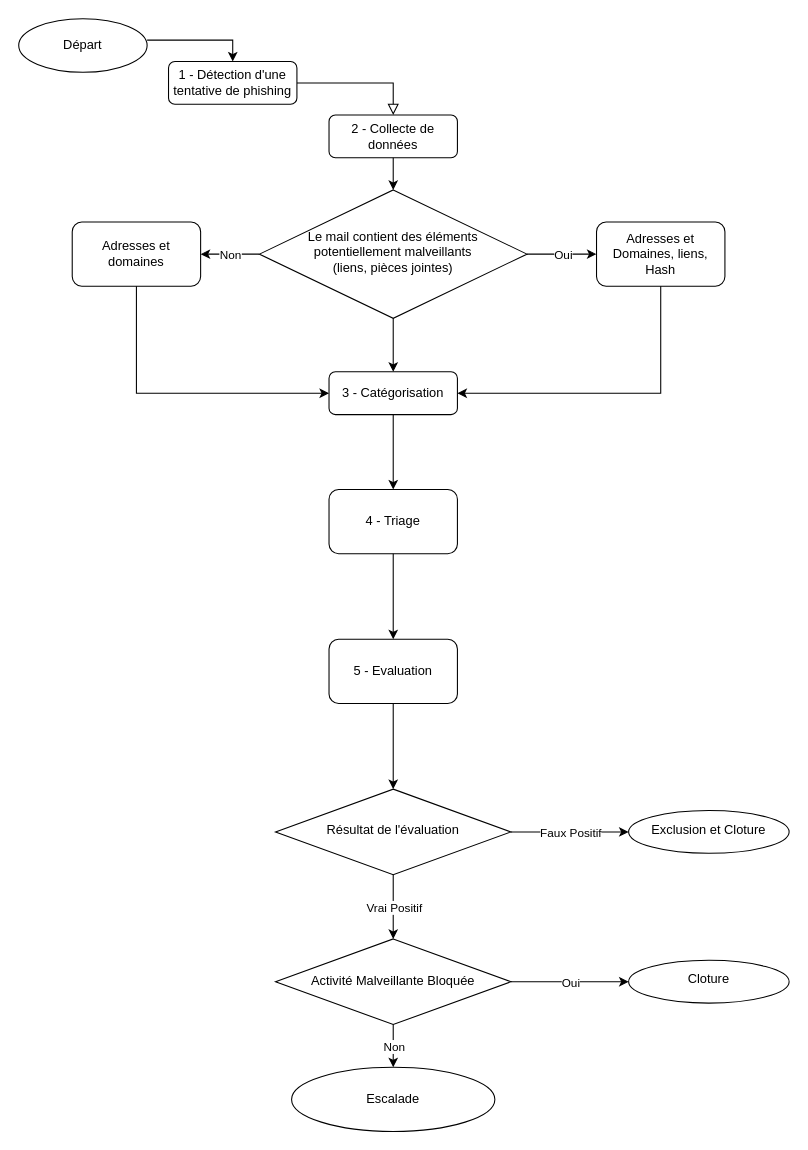
Melfice60/Playbooks keeps this draw.io diagram as Workflow SOC - Ransomware.drawio. Above is the earlier version. Source tidied: cells renumbered, new cells numbered last; positions are measured from the earlier drawing's top-left corner, leaving out a move shared by most shapes. Both pictures are drawn from the tidied source at 107%, with x=0, y=0 at pixel (18, 18).
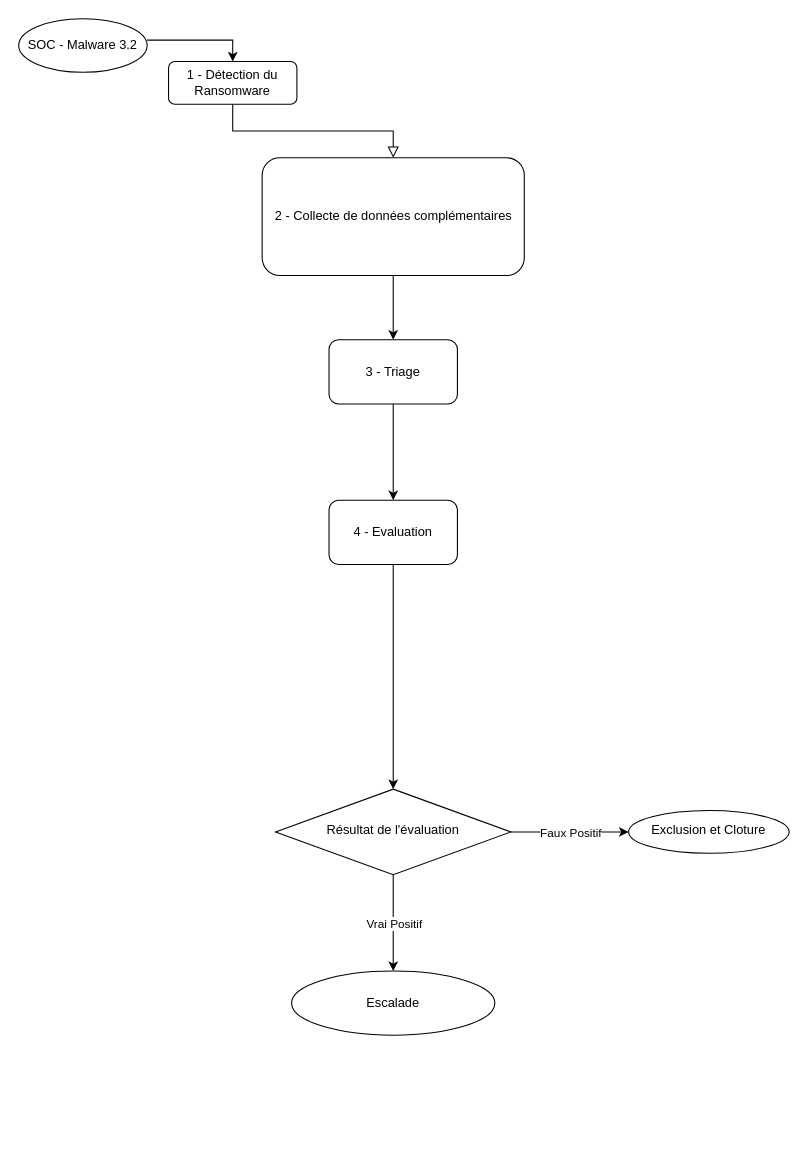
After the change.

Commit message:
Mettre à jour Workflow SOC - Ransomware.drawio

The change refers to these unchanged cells:
```xml
<mxCell id="23" value="Résultat de l'évaluation" style="rhombus;whiteSpace=wrap;html=1;shadow=0;fontFamily=Helvetica;fontSize=12;align=center;strokeWidth=1;spacing=6;spacingTop=-4;" parent="1" vertex="1">
  <mxGeometry x="240" y="720" width="220" height="80" as="geometry" />
</mxCell>
```

Diff of the diagram source:
```diff
@@
-    <mxCell id="3" value="1 - Détection d'une tentative de phishing" style="rounded=1;whiteSpace=wrap;html=1;fontSize=12;glass=0;strokeWidth=1;shadow=0;" parent="1" vertex="1">
+    <mxCell id="3" value="1 - Détection du Ransomware" style="rounded=1;whiteSpace=wrap;html=1;fontSize=12;glass=0;strokeWidth=1;shadow=0;" parent="1" vertex="1">
       <mxGeometry x="140" y="40" width="120" height="40" as="geometry" />
     </mxCell>
-    <mxCell id="4" value="Le mail contient des éléments potentiellement malveillants&lt;br&gt;(liens, pièces jointes)" style="rhombus;whiteSpace=wrap;html=1;shadow=0;fontFamily=Helvetica;fontSize=12;align=center;strokeWidth=1;spacing=6;spacingTop=-4;" parent="1" vertex="1">
-      <mxGeometry x="225" y="160" width="250" height="120" as="geometry" />
-    </mxCell>
-    <mxCell id="5" value="Départ" style="ellipse;whiteSpace=wrap;html=1;" parent="1" vertex="1">
+    <mxCell id="5" value="SOC - Malware 3.2" style="ellipse;whiteSpace=wrap;html=1;" parent="1" vertex="1">
       <mxGeometry width="120" height="50" as="geometry" />
     </mxCell>
@@
-    <mxCell id="7" value="2 - Collecte de données" style="rounded=1;whiteSpace=wrap;html=1;" parent="1" vertex="1">
-      <mxGeometry x="290" y="90" width="120" height="40" as="geometry" />
+    <mxCell id="7" value="2 - Collecte de données complémentaires" style="rounded=1;whiteSpace=wrap;html=1;" parent="1" vertex="1">
+      <mxGeometry x="227.5" y="130" width="245" height="110" as="geometry" />
     </mxCell>
-    <mxCell id="8" style="endArrow=classic;html=1;rounded=0;entryX=0.5;entryY=0;entryDx=0;entryDy=0;exitX=0.5;exitY=1;exitDx=0;exitDy=0;" parent="1" edge="1" source="7" target="4">
-      <mxGeometry relative="1" as="geometry" />
-    </mxCell>
-    <mxCell id="9" value="Adresses et domaines" style="rounded=1;whiteSpace=wrap;html=1;" parent="1" vertex="1">
-      <mxGeometry x="50" y="190" width="120" height="60" as="geometry" />
-    </mxCell>
-    <mxCell id="10" value="Adresses et Domaines, liens, Hash" style="rounded=1;whiteSpace=wrap;html=1;" parent="1" vertex="1">
-      <mxGeometry x="540" y="190" width="120" height="60" as="geometry" />
-    </mxCell>
-    <mxCell id="11" style="endArrow=classic;html=1;rounded=0;entryX=0;entryY=0.5;entryDx=0;entryDy=0;exitX=1;exitY=0.5;exitDx=0;exitDy=0;" parent="1" edge="1" source="4" target="10">
-      <mxGeometry relative="1" as="geometry" />
-    </mxCell>
-    <mxCell id="12" value="Oui" style="edgeLabel;html=1;align=center;verticalAlign=middle;" parent="11" vertex="1">
-      <mxGeometry relative="1" as="geometry" />
-    </mxCell>
-    <mxCell id="13" style="endArrow=classic;html=1;rounded=0;exitX=0;exitY=0.5;exitDx=0;exitDy=0;entryX=1;entryY=0.5;entryDx=0;entryDy=0;" parent="1" edge="1" source="4" target="9">
-      <mxGeometry relative="1" as="geometry" />
-    </mxCell>
-    <mxCell id="14" value="Non" style="edgeLabel;html=1;align=center;verticalAlign=middle;" parent="13" vertex="1">
-      <mxGeometry relative="1" as="geometry" />
-    </mxCell>
-    <mxCell id="15" value="3 - Catégorisation" style="rounded=1;whiteSpace=wrap;html=1;" parent="1" vertex="1">
-      <mxGeometry x="290" y="330" width="120" height="40" as="geometry" />
-    </mxCell>
-    <mxCell id="16" style="endArrow=classic;html=1;rounded=0;exitX=0.5;exitY=1;exitDx=0;exitDy=0;entryX=0.5;entryY=0;entryDx=0;entryDy=0;" parent="1" edge="1" source="4" target="15">
-      <mxGeometry relative="1" as="geometry" />
-    </mxCell>
-    <mxCell id="17" style="endArrow=classic;html=1;rounded=0;entryX=1;entryY=0.5;entryDx=0;entryDy=0;exitX=0.5;exitY=1;exitDx=0;exitDy=0;" parent="1" edge="1" source="10" target="15">
-      <mxGeometry relative="1" as="geometry">
-        <Array as="points">
-          <mxPoint x="600" y="350" />
-        </Array>
-      </mxGeometry>
-    </mxCell>
-    <mxCell id="18" style="endArrow=classic;html=1;rounded=0;entryX=0;entryY=0.5;entryDx=0;entryDy=0;exitX=0.5;exitY=1;exitDx=0;exitDy=0;" parent="1" edge="1" source="9" target="15">
-      <mxGeometry relative="1" as="geometry">
-        <Array as="points">
-          <mxPoint x="110" y="350" />
-        </Array>
-      </mxGeometry>
-    </mxCell>
-    <mxCell id="19" style="endArrow=classic;html=1;rounded=0;exitX=0.5;exitY=1;exitDx=0;exitDy=0;entryX=0.5;entryY=0;entryDx=0;entryDy=0;" parent="1" edge="1" source="15">
-      <mxGeometry relative="1" as="geometry">
-        <mxPoint x="350" y="440" as="targetPoint" />
-      </mxGeometry>
-    </mxCell>
-    <mxCell id="20" value="4 - Triage" style="rounded=1;whiteSpace=wrap;html=1;" parent="1" vertex="1">
-      <mxGeometry x="290" y="440" width="120" height="60" as="geometry" />
+    <mxCell id="20" value="3&amp;nbsp;- Triage" style="rounded=1;whiteSpace=wrap;html=1;" parent="1" vertex="1">
+      <mxGeometry x="290" y="300" width="120" height="60" as="geometry" />
     </mxCell>
-    <mxCell id="21" value="5 - Evaluation" style="rounded=1;whiteSpace=wrap;html=1;" parent="1" vertex="1">
-      <mxGeometry x="290" y="580" width="120" height="60" as="geometry" />
+    <mxCell id="21" value="4 - Evaluation" style="rounded=1;whiteSpace=wrap;html=1;" parent="1" vertex="1">
+      <mxGeometry x="290" y="450" width="120" height="60" as="geometry" />
     </mxCell>
@@
-    <mxCell id="28" style="endArrow=classic;html=1;rounded=0;exitX=0.5;exitY=1;exitDx=0;exitDy=0;entryX=0.5;entryY=0;entryDx=0;entryDy=0;" parent="1" edge="1" source="23" target="31">
+    <mxCell id="28" style="endArrow=classic;html=1;rounded=0;exitX=0.5;exitY=1;exitDx=0;exitDy=0;entryX=0.5;entryY=0;entryDx=0;entryDy=0;" parent="1" edge="1" source="23" target="30">
       <mxGeometry relative="1" as="geometry" />
     </mxCell>
@@
     <mxCell id="30" value="Escalade" style="ellipse;whiteSpace=wrap;html=1;" parent="1" vertex="1">
-      <mxGeometry x="255" y="980" width="190" height="60" as="geometry" />
+      <mxGeometry x="255" y="890" width="190" height="60" as="geometry" />
     </mxCell>
-    <mxCell id="31" value="Activité Malveillante Bloquée" style="rhombus;whiteSpace=wrap;html=1;" parent="1" vertex="1">
-      <mxGeometry x="240" y="860" width="220" height="80" as="geometry" />
-    </mxCell>
-    <mxCell id="32" value="Cloture" style="ellipse;whiteSpace=wrap;html=1;shadow=0;strokeWidth=1;spacing=6;spacingTop=-4;" parent="1" vertex="1">
-      <mxGeometry x="570" y="880" width="150" height="40" as="geometry" />
-    </mxCell>
-    <mxCell id="33" style="endArrow=classic;html=1;rounded=0;exitX=0.5;exitY=1;exitDx=0;exitDy=0;entryX=0.5;entryY=0;entryDx=0;entryDy=0;" parent="1" edge="1" source="31" target="30">
-      <mxGeometry relative="1" as="geometry" />
-    </mxCell>
-    <mxCell id="34" value="Non" style="edgeLabel;html=1;align=center;verticalAlign=middle;" parent="33" vertex="1">
-      <mxGeometry relative="1" as="geometry" />
-    </mxCell>
-    <mxCell id="35" style="endArrow=classic;html=1;rounded=0;exitX=1;exitY=0.5;exitDx=0;exitDy=0;entryX=0;entryY=0.5;entryDx=0;entryDy=0;" parent="1" edge="1" source="31" target="32">
-      <mxGeometry relative="1" as="geometry" />
-    </mxCell>
-    <mxCell id="36" value="Oui" style="edgeLabel;html=1;align=center;verticalAlign=middle;" parent="35" vertex="1">
-      <mxGeometry relative="1" as="geometry" />
-    </mxCell>
+    <mxCell id="37" style="endArrow=classic;html=1;rounded=0;exitX=0.5;exitY=1;exitDx=0;exitDy=0;entryX=0.5;entryY=0;entryDx=0;entryDy=0;" parent="1" edge="1" source="7" target="20">
+      <mxGeometry relative="1" as="geometry" />
+    </mxCell>
```
